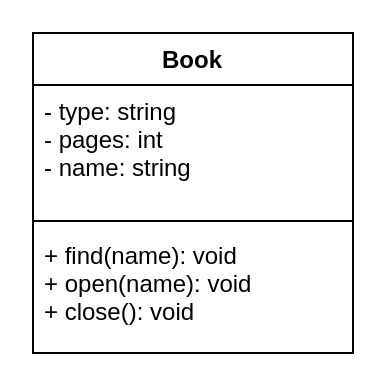
Nikita23072001/PP3 keeps this draw.io diagram as Untitled Diagram.drawio. Above is the earlier version. Source tidied: cells renumbered, new cells numbered last; positions are measured from the earlier drawing's top-left corner, leaving out a move shared by most shapes. Both pictures are drawn from the tidied source at 200%, with x=0, y=0 at pixel (32, 32).
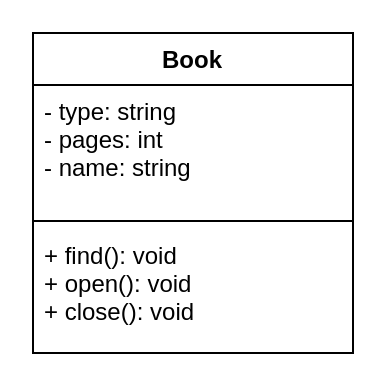
Above is the later version.

What changed in the source:
```diff
@@
 <mxGraphModel>
   <root>
     <mxCell id="0" />
     <mxCell id="1" parent="0" />
     <mxCell id="2" value="Book" style="swimlane;fontStyle=1;align=center;verticalAlign=top;horizontal=1;startSize=26;" parent="1" vertex="1">
       <mxGeometry width="160" height="160" as="geometry" />
     </mxCell>
     <mxCell id="3" value="- type: string&#10;- pages: int&#10;- name: string" style="text;strokeColor=none;fillColor=none;align=left;verticalAlign=top;spacingLeft=4;spacingRight=4;overflow=hidden;" parent="2" vertex="1">
       <mxGeometry y="26" width="160" height="64" as="geometry" />
     </mxCell>
     <mxCell id="4" style="line;strokeWidth=1;fillColor=none;align=left;verticalAlign=middle;spacingTop=-1;spacingLeft=3;spacingRight=3;labelPosition=right;" parent="2" vertex="1">
       <mxGeometry y="90" width="160" height="8" as="geometry" />
     </mxCell>
-    <mxCell id="5" value="+ find(name): void&#10;+ open(name): void&#10;+ close(): void" style="text;strokeColor=none;fillColor=none;align=left;verticalAlign=top;spacingLeft=4;spacingRight=4;overflow=hidden;" parent="2" vertex="1">
+    <mxCell id="5" value="+ find(): void&#10;+ open(): void&#10;+ close(): void" style="text;strokeColor=none;fillColor=none;align=left;verticalAlign=top;spacingLeft=4;spacingRight=4;overflow=hidden;" parent="2" vertex="1">
       <mxGeometry y="98" width="160" height="62" as="geometry" />
     </mxCell>
   </root>
 </mxGraphModel>
```
